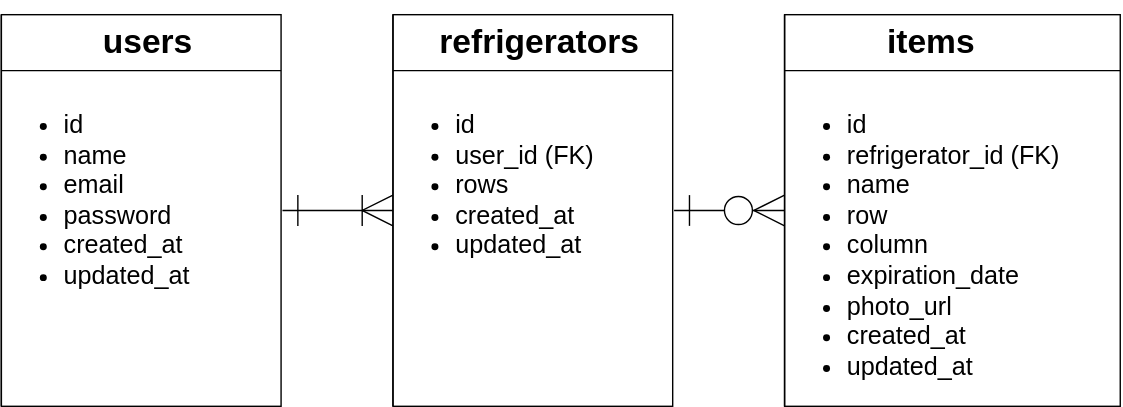
The draw.io diagram entity_relationship_diagram.drawio.svg in toshikisugiyama/Refrigerator-List, before a commit. Source tidied: cells renumbered, new cells last; positions are measured from the earlier drawing's top-left corner, leaving out a move shared by most shapes. The source it was exported from:
```xml
<mxGraphModel>
  <root>
    <mxCell id="0" />
    <mxCell id="1" parent="0" />
    <mxCell id="2" style="shape=internalStorage;whiteSpace=wrap;html=1;backgroundOutline=1;dx=0;dy=40;" parent="1" vertex="1">
      <mxGeometry width="200" height="280" as="geometry" />
    </mxCell>
    <mxCell id="3" style="edgeStyle=orthogonalEdgeStyle;rounded=0;jettySize=auto;html=1;entryX=0;entryY=0.5;entryDx=0;entryDy=0;endSize=20;startSize=20;endArrow=ERoneToMany;endFill=0;startArrow=ERone;startFill=0;" parent="1" edge="1" source="4" target="7">
      <mxGeometry relative="1" as="geometry" />
    </mxCell>
    <mxCell id="4" value="&lt;h1 style=&quot;text-align: center&quot;&gt;users&lt;/h1&gt;&lt;blockquote style=&quot;margin: 0 0 0 40px ; border: none ; padding: 0px&quot;&gt;&lt;blockquote style=&quot;margin: 0 0 0 40px ; border: none ; padding: 0px&quot;&gt;&lt;blockquote style=&quot;margin: 0 0 0 40px ; border: none ; padding: 0px&quot;&gt;&lt;blockquote style=&quot;margin: 0 0 0 40px ; border: none ; padding: 0px&quot;&gt;&lt;blockquote style=&quot;margin: 0 0 0 40px ; border: none ; padding: 0px&quot;&gt;&lt;div style=&quot;font-size: 1px ; line-height: 0%&quot;&gt;&lt;div style=&quot;font-size: 1px ; line-height: 0%&quot;&gt;&lt;br&gt;&lt;/div&gt;&lt;/div&gt;&lt;/blockquote&gt;&lt;/blockquote&gt;&lt;/blockquote&gt;&lt;/blockquote&gt;&lt;/blockquote&gt;&lt;p&gt;&lt;/p&gt;&lt;ul style=&quot;font-size: 18px&quot;&gt;&lt;li&gt;&lt;font style=&quot;font-size: 18px&quot;&gt;id&lt;/font&gt;&lt;/li&gt;&lt;li&gt;&lt;font style=&quot;font-size: 18px&quot;&gt;name&lt;/font&gt;&lt;/li&gt;&lt;li&gt;&lt;font style=&quot;font-size: 18px&quot;&gt;email&lt;/font&gt;&lt;/li&gt;&lt;li&gt;&lt;font style=&quot;font-size: 18px&quot;&gt;password&lt;/font&gt;&lt;/li&gt;&lt;li&gt;&lt;font style=&quot;font-size: 18px&quot;&gt;created_at&lt;/font&gt;&lt;/li&gt;&lt;li&gt;&lt;font style=&quot;font-size: 18px&quot;&gt;updated_at&lt;/font&gt;&lt;/li&gt;&lt;/ul&gt;&lt;p&gt;&lt;/p&gt;" style="text;html=1;strokeColor=none;fillColor=none;spacing=5;spacingTop=-20;whiteSpace=wrap;overflow=hidden;rounded=0;align=left;" parent="1" vertex="1">
      <mxGeometry width="201" height="280" as="geometry" />
    </mxCell>
    <mxCell id="5" style="shape=internalStorage;whiteSpace=wrap;html=1;backgroundOutline=1;dx=0;dy=40;" parent="1" vertex="1">
      <mxGeometry x="280" width="200" height="280" as="geometry" />
    </mxCell>
    <mxCell id="6" style="edgeStyle=orthogonalEdgeStyle;rounded=0;jettySize=auto;html=1;entryX=0;entryY=0.5;entryDx=0;entryDy=0;endSize=20;startSize=20;startArrow=ERone;startFill=0;endArrow=ERzeroToMany;endFill=1;" parent="1" edge="1" source="7" target="9">
      <mxGeometry relative="1" as="geometry" />
    </mxCell>
    <mxCell id="7" value="&lt;h1 style=&quot;text-align: center&quot;&gt;refrigerators&lt;/h1&gt;&lt;blockquote style=&quot;margin: 0 0 0 40px ; border: none ; padding: 0px&quot;&gt;&lt;blockquote style=&quot;margin: 0 0 0 40px ; border: none ; padding: 0px&quot;&gt;&lt;blockquote style=&quot;margin: 0 0 0 40px ; border: none ; padding: 0px&quot;&gt;&lt;blockquote style=&quot;margin: 0 0 0 40px ; border: none ; padding: 0px&quot;&gt;&lt;blockquote style=&quot;margin: 0 0 0 40px ; border: none ; padding: 0px&quot;&gt;&lt;div style=&quot;font-size: 1px ; line-height: 0%&quot;&gt;&lt;div style=&quot;text-align: center ; font-size: 1px ; line-height: 0%&quot;&gt;&lt;br&gt;&lt;/div&gt;&lt;/div&gt;&lt;/blockquote&gt;&lt;/blockquote&gt;&lt;/blockquote&gt;&lt;/blockquote&gt;&lt;/blockquote&gt;&lt;p&gt;&lt;/p&gt;&lt;ul style=&quot;font-size: 18px&quot;&gt;&lt;li&gt;&lt;font style=&quot;font-size: 18px&quot;&gt;id&lt;/font&gt;&lt;/li&gt;&lt;li&gt;&lt;font style=&quot;font-size: 18px&quot;&gt;user_id (FK)&lt;/font&gt;&lt;/li&gt;&lt;li&gt;rows&lt;/li&gt;&lt;li&gt;&lt;font style=&quot;font-size: 18px&quot;&gt;created_at&lt;/font&gt;&lt;/li&gt;&lt;li&gt;&lt;font style=&quot;font-size: 18px&quot;&gt;updated_at&lt;/font&gt;&lt;/li&gt;&lt;/ul&gt;&lt;p&gt;&lt;/p&gt;" style="text;html=1;strokeColor=none;fillColor=none;spacing=5;spacingTop=-20;whiteSpace=wrap;overflow=hidden;rounded=0;align=left;" parent="1" vertex="1">
      <mxGeometry x="280" width="201" height="280" as="geometry" />
    </mxCell>
    <mxCell id="8" style="shape=internalStorage;whiteSpace=wrap;html=1;backgroundOutline=1;dx=0;dy=40;" parent="1" vertex="1">
      <mxGeometry x="560" width="240" height="280" as="geometry" />
    </mxCell>
    <mxCell id="9" value="&lt;h1 style=&quot;text-align: center&quot;&gt;items&lt;/h1&gt;&lt;blockquote style=&quot;margin: 0 0 0 40px ; border: none ; padding: 0px&quot;&gt;&lt;blockquote style=&quot;margin: 0 0 0 40px ; border: none ; padding: 0px&quot;&gt;&lt;blockquote style=&quot;margin: 0 0 0 40px ; border: none ; padding: 0px&quot;&gt;&lt;blockquote style=&quot;margin: 0 0 0 40px ; border: none ; padding: 0px&quot;&gt;&lt;blockquote style=&quot;margin: 0 0 0 40px ; border: none ; padding: 0px&quot;&gt;&lt;div style=&quot;line-height: 0% ; font-size: 1px&quot;&gt;&lt;div style=&quot;text-align: center ; font-size: 1px ; line-height: 0%&quot;&gt;&lt;br&gt;&lt;/div&gt;&lt;/div&gt;&lt;/blockquote&gt;&lt;/blockquote&gt;&lt;/blockquote&gt;&lt;/blockquote&gt;&lt;/blockquote&gt;&lt;p&gt;&lt;/p&gt;&lt;ul style=&quot;font-size: 18px&quot;&gt;&lt;li&gt;&lt;font style=&quot;font-size: 18px&quot;&gt;id&lt;/font&gt;&lt;/li&gt;&lt;li&gt;&lt;font style=&quot;font-size: 18px&quot;&gt;refrigerator_id (FK)&lt;/font&gt;&lt;/li&gt;&lt;li&gt;&lt;font style=&quot;font-size: 18px&quot;&gt;name&lt;/font&gt;&lt;/li&gt;&lt;li&gt;row&lt;/li&gt;&lt;li&gt;column&lt;/li&gt;&lt;li&gt;expiration_date&lt;/li&gt;&lt;li&gt;photo_url&lt;/li&gt;&lt;li&gt;&lt;font style=&quot;font-size: 18px&quot;&gt;created_at&lt;/font&gt;&lt;/li&gt;&lt;li&gt;&lt;font style=&quot;font-size: 18px&quot;&gt;updated_at&lt;/font&gt;&lt;/li&gt;&lt;/ul&gt;&lt;p&gt;&lt;/p&gt;" style="text;html=1;strokeColor=none;fillColor=none;spacing=5;spacingTop=-20;whiteSpace=wrap;overflow=hidden;rounded=0;align=left;" parent="1" vertex="1">
      <mxGeometry x="560" width="240" height="280" as="geometry" />
    </mxCell>
  </root>
</mxGraphModel>
```
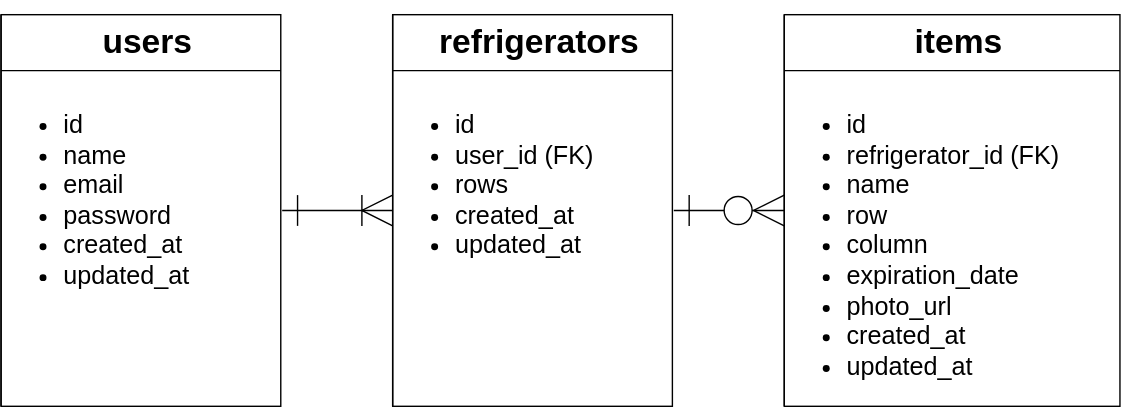
After the commit.

What changed in the source:
```diff
@@ -8,7 +8,7 @@
     <mxCell id="3" style="edgeStyle=orthogonalEdgeStyle;rounded=0;jettySize=auto;html=1;entryX=0;entryY=0.5;entryDx=0;entryDy=0;endSize=20;startSize=20;endArrow=ERoneToMany;endFill=0;startArrow=ERone;startFill=0;" parent="1" edge="1" source="4" target="7">
       <mxGeometry relative="1" as="geometry" />
     </mxCell>
-    <mxCell id="4" value="&lt;h1 style=&quot;text-align: center&quot;&gt;users&lt;/h1&gt;&lt;blockquote style=&quot;margin: 0 0 0 40px ; border: none ; padding: 0px&quot;&gt;&lt;blockquote style=&quot;margin: 0 0 0 40px ; border: none ; padding: 0px&quot;&gt;&lt;blockquote style=&quot;margin: 0 0 0 40px ; border: none ; padding: 0px&quot;&gt;&lt;blockquote style=&quot;margin: 0 0 0 40px ; border: none ; padding: 0px&quot;&gt;&lt;blockquote style=&quot;margin: 0 0 0 40px ; border: none ; padding: 0px&quot;&gt;&lt;div style=&quot;font-size: 1px ; line-height: 0%&quot;&gt;&lt;div style=&quot;font-size: 1px ; line-height: 0%&quot;&gt;&lt;br&gt;&lt;/div&gt;&lt;/div&gt;&lt;/blockquote&gt;&lt;/blockquote&gt;&lt;/blockquote&gt;&lt;/blockquote&gt;&lt;/blockquote&gt;&lt;p&gt;&lt;/p&gt;&lt;ul style=&quot;font-size: 18px&quot;&gt;&lt;li&gt;&lt;font style=&quot;font-size: 18px&quot;&gt;id&lt;/font&gt;&lt;/li&gt;&lt;li&gt;&lt;font style=&quot;font-size: 18px&quot;&gt;name&lt;/font&gt;&lt;/li&gt;&lt;li&gt;&lt;font style=&quot;font-size: 18px&quot;&gt;email&lt;/font&gt;&lt;/li&gt;&lt;li&gt;&lt;font style=&quot;font-size: 18px&quot;&gt;password&lt;/font&gt;&lt;/li&gt;&lt;li&gt;&lt;font style=&quot;font-size: 18px&quot;&gt;created_at&lt;/font&gt;&lt;/li&gt;&lt;li&gt;&lt;font style=&quot;font-size: 18px&quot;&gt;updated_at&lt;/font&gt;&lt;/li&gt;&lt;/ul&gt;&lt;p&gt;&lt;/p&gt;" style="text;html=1;strokeColor=none;fillColor=none;spacing=5;spacingTop=-20;whiteSpace=wrap;overflow=hidden;rounded=0;align=left;" parent="1" vertex="1">
+    <mxCell id="4" value="&lt;h1 style=&quot;text-align: center&quot;&gt;users&lt;/h1&gt;&lt;blockquote style=&quot;margin: 0 0 0 40px ; border: none ; padding: 0px&quot;&gt;&lt;blockquote style=&quot;margin: 0 0 0 40px ; border: none ; padding: 0px&quot;&gt;&lt;blockquote style=&quot;margin: 0 0 0 40px ; border: none ; padding: 0px&quot;&gt;&lt;blockquote style=&quot;margin: 0 0 0 40px ; border: none ; padding: 0px&quot;&gt;&lt;blockquote style=&quot;margin: 0 0 0 40px ; border: none ; padding: 0px&quot;&gt;&lt;div style=&quot;line-height: 0%&quot;&gt;&lt;div style=&quot;text-align: center ; line-height: 0%&quot;&gt;&lt;br&gt;&lt;/div&gt;&lt;/div&gt;&lt;/blockquote&gt;&lt;/blockquote&gt;&lt;/blockquote&gt;&lt;/blockquote&gt;&lt;/blockquote&gt;&lt;p&gt;&lt;/p&gt;&lt;ul style=&quot;font-size: 18px&quot;&gt;&lt;li&gt;&lt;font style=&quot;font-size: 18px&quot;&gt;id&lt;/font&gt;&lt;/li&gt;&lt;li&gt;&lt;font style=&quot;font-size: 18px&quot;&gt;name&lt;/font&gt;&lt;/li&gt;&lt;li&gt;&lt;font style=&quot;font-size: 18px&quot;&gt;email&lt;/font&gt;&lt;/li&gt;&lt;li&gt;&lt;font style=&quot;font-size: 18px&quot;&gt;password&lt;/font&gt;&lt;/li&gt;&lt;li&gt;&lt;font style=&quot;font-size: 18px&quot;&gt;created_at&lt;/font&gt;&lt;/li&gt;&lt;li&gt;&lt;font style=&quot;font-size: 18px&quot;&gt;updated_at&lt;/font&gt;&lt;/li&gt;&lt;/ul&gt;&lt;p&gt;&lt;/p&gt;" style="text;html=1;strokeColor=none;fillColor=none;spacing=5;spacingTop=-20;whiteSpace=wrap;overflow=hidden;rounded=0;align=left;" parent="1" vertex="1">
       <mxGeometry width="201" height="280" as="geometry" />
     </mxCell>
     <mxCell id="5" style="shape=internalStorage;whiteSpace=wrap;html=1;backgroundOutline=1;dx=0;dy=40;" parent="1" vertex="1">
@@ -17,13 +17,13 @@
     <mxCell id="6" style="edgeStyle=orthogonalEdgeStyle;rounded=0;jettySize=auto;html=1;entryX=0;entryY=0.5;entryDx=0;entryDy=0;endSize=20;startSize=20;startArrow=ERone;startFill=0;endArrow=ERzeroToMany;endFill=1;" parent="1" edge="1" source="7" target="9">
       <mxGeometry relative="1" as="geometry" />
     </mxCell>
-    <mxCell id="7" value="&lt;h1 style=&quot;text-align: center&quot;&gt;refrigerators&lt;/h1&gt;&lt;blockquote style=&quot;margin: 0 0 0 40px ; border: none ; padding: 0px&quot;&gt;&lt;blockquote style=&quot;margin: 0 0 0 40px ; border: none ; padding: 0px&quot;&gt;&lt;blockquote style=&quot;margin: 0 0 0 40px ; border: none ; padding: 0px&quot;&gt;&lt;blockquote style=&quot;margin: 0 0 0 40px ; border: none ; padding: 0px&quot;&gt;&lt;blockquote style=&quot;margin: 0 0 0 40px ; border: none ; padding: 0px&quot;&gt;&lt;div style=&quot;font-size: 1px ; line-height: 0%&quot;&gt;&lt;div style=&quot;text-align: center ; font-size: 1px ; line-height: 0%&quot;&gt;&lt;br&gt;&lt;/div&gt;&lt;/div&gt;&lt;/blockquote&gt;&lt;/blockquote&gt;&lt;/blockquote&gt;&lt;/blockquote&gt;&lt;/blockquote&gt;&lt;p&gt;&lt;/p&gt;&lt;ul style=&quot;font-size: 18px&quot;&gt;&lt;li&gt;&lt;font style=&quot;font-size: 18px&quot;&gt;id&lt;/font&gt;&lt;/li&gt;&lt;li&gt;&lt;font style=&quot;font-size: 18px&quot;&gt;user_id (FK)&lt;/font&gt;&lt;/li&gt;&lt;li&gt;rows&lt;/li&gt;&lt;li&gt;&lt;font style=&quot;font-size: 18px&quot;&gt;created_at&lt;/font&gt;&lt;/li&gt;&lt;li&gt;&lt;font style=&quot;font-size: 18px&quot;&gt;updated_at&lt;/font&gt;&lt;/li&gt;&lt;/ul&gt;&lt;p&gt;&lt;/p&gt;" style="text;html=1;strokeColor=none;fillColor=none;spacing=5;spacingTop=-20;whiteSpace=wrap;overflow=hidden;rounded=0;align=left;" parent="1" vertex="1">
+    <mxCell id="7" value="&lt;h1 style=&quot;text-align: center&quot;&gt;refrigerators&lt;/h1&gt;&lt;blockquote style=&quot;margin: 0 0 0 40px ; border: none ; padding: 0px&quot;&gt;&lt;blockquote style=&quot;margin: 0 0 0 40px ; border: none ; padding: 0px&quot;&gt;&lt;blockquote style=&quot;margin: 0 0 0 40px ; border: none ; padding: 0px&quot;&gt;&lt;blockquote style=&quot;margin: 0 0 0 40px ; border: none ; padding: 0px&quot;&gt;&lt;blockquote style=&quot;margin: 0 0 0 40px ; border: none ; padding: 0px&quot;&gt;&lt;div style=&quot;line-height: 0%&quot;&gt;&lt;div style=&quot;text-align: center ; line-height: 0%&quot;&gt;&lt;br&gt;&lt;/div&gt;&lt;/div&gt;&lt;/blockquote&gt;&lt;/blockquote&gt;&lt;/blockquote&gt;&lt;/blockquote&gt;&lt;/blockquote&gt;&lt;p&gt;&lt;/p&gt;&lt;ul style=&quot;font-size: 18px&quot;&gt;&lt;li&gt;&lt;font style=&quot;font-size: 18px&quot;&gt;id&lt;/font&gt;&lt;/li&gt;&lt;li&gt;&lt;font style=&quot;font-size: 18px&quot;&gt;user_id (FK)&lt;/font&gt;&lt;/li&gt;&lt;li&gt;rows&lt;/li&gt;&lt;li&gt;&lt;font style=&quot;font-size: 18px&quot;&gt;created_at&lt;/font&gt;&lt;/li&gt;&lt;li&gt;&lt;font style=&quot;font-size: 18px&quot;&gt;updated_at&lt;/font&gt;&lt;/li&gt;&lt;/ul&gt;&lt;p&gt;&lt;/p&gt;" style="text;html=1;strokeColor=none;fillColor=none;spacing=5;spacingTop=-20;whiteSpace=wrap;overflow=hidden;rounded=0;align=left;" parent="1" vertex="1">
       <mxGeometry x="280" width="201" height="280" as="geometry" />
     </mxCell>
     <mxCell id="8" style="shape=internalStorage;whiteSpace=wrap;html=1;backgroundOutline=1;dx=0;dy=40;" parent="1" vertex="1">
       <mxGeometry x="560" width="240" height="280" as="geometry" />
     </mxCell>
-    <mxCell id="9" value="&lt;h1 style=&quot;text-align: center&quot;&gt;items&lt;/h1&gt;&lt;blockquote style=&quot;margin: 0 0 0 40px ; border: none ; padding: 0px&quot;&gt;&lt;blockquote style=&quot;margin: 0 0 0 40px ; border: none ; padding: 0px&quot;&gt;&lt;blockquote style=&quot;margin: 0 0 0 40px ; border: none ; padding: 0px&quot;&gt;&lt;blockquote style=&quot;margin: 0 0 0 40px ; border: none ; padding: 0px&quot;&gt;&lt;blockquote style=&quot;margin: 0 0 0 40px ; border: none ; padding: 0px&quot;&gt;&lt;div style=&quot;line-height: 0% ; font-size: 1px&quot;&gt;&lt;div style=&quot;text-align: center ; font-size: 1px ; line-height: 0%&quot;&gt;&lt;br&gt;&lt;/div&gt;&lt;/div&gt;&lt;/blockquote&gt;&lt;/blockquote&gt;&lt;/blockquote&gt;&lt;/blockquote&gt;&lt;/blockquote&gt;&lt;p&gt;&lt;/p&gt;&lt;ul style=&quot;font-size: 18px&quot;&gt;&lt;li&gt;&lt;font style=&quot;font-size: 18px&quot;&gt;id&lt;/font&gt;&lt;/li&gt;&lt;li&gt;&lt;font style=&quot;font-size: 18px&quot;&gt;refrigerator_id (FK)&lt;/font&gt;&lt;/li&gt;&lt;li&gt;&lt;font style=&quot;font-size: 18px&quot;&gt;name&lt;/font&gt;&lt;/li&gt;&lt;li&gt;row&lt;/li&gt;&lt;li&gt;column&lt;/li&gt;&lt;li&gt;expiration_date&lt;/li&gt;&lt;li&gt;photo_url&lt;/li&gt;&lt;li&gt;&lt;font style=&quot;font-size: 18px&quot;&gt;created_at&lt;/font&gt;&lt;/li&gt;&lt;li&gt;&lt;font style=&quot;font-size: 18px&quot;&gt;updated_at&lt;/font&gt;&lt;/li&gt;&lt;/ul&gt;&lt;p&gt;&lt;/p&gt;" style="text;html=1;strokeColor=none;fillColor=none;spacing=5;spacingTop=-20;whiteSpace=wrap;overflow=hidden;rounded=0;align=left;" parent="1" vertex="1">
+    <mxCell id="9" value="&lt;h1 style=&quot;text-align: center&quot;&gt;items&lt;/h1&gt;&lt;blockquote style=&quot;margin: 0 0 0 40px ; border: none ; padding: 0px&quot;&gt;&lt;blockquote style=&quot;margin: 0 0 0 40px ; border: none ; padding: 0px&quot;&gt;&lt;blockquote style=&quot;margin: 0 0 0 40px ; border: none ; padding: 0px&quot;&gt;&lt;blockquote style=&quot;margin: 0 0 0 40px ; border: none ; padding: 0px&quot;&gt;&lt;blockquote style=&quot;margin: 0 0 0 40px ; border: none ; padding: 0px&quot;&gt;&lt;blockquote style=&quot;margin: 0 0 0 40px ; border: none ; padding: 0px&quot;&gt;&lt;div style=&quot;line-height: 0%&quot;&gt;&lt;div style=&quot;text-align: center ; line-height: 0%&quot;&gt;&lt;br&gt;&lt;/div&gt;&lt;/div&gt;&lt;/blockquote&gt;&lt;/blockquote&gt;&lt;/blockquote&gt;&lt;/blockquote&gt;&lt;/blockquote&gt;&lt;/blockquote&gt;&lt;p&gt;&lt;/p&gt;&lt;ul style=&quot;font-size: 18px&quot;&gt;&lt;li&gt;&lt;font style=&quot;font-size: 18px&quot;&gt;id&lt;/font&gt;&lt;/li&gt;&lt;li&gt;&lt;font style=&quot;font-size: 18px&quot;&gt;refrigerator_id (FK)&lt;/font&gt;&lt;/li&gt;&lt;li&gt;&lt;font style=&quot;font-size: 18px&quot;&gt;name&lt;/font&gt;&lt;/li&gt;&lt;li&gt;row&lt;/li&gt;&lt;li&gt;column&lt;/li&gt;&lt;li&gt;expiration_date&lt;/li&gt;&lt;li&gt;photo_url&lt;/li&gt;&lt;li&gt;&lt;font style=&quot;font-size: 18px&quot;&gt;created_at&lt;/font&gt;&lt;/li&gt;&lt;li&gt;&lt;font style=&quot;font-size: 18px&quot;&gt;updated_at&lt;/font&gt;&lt;/li&gt;&lt;/ul&gt;&lt;p&gt;&lt;/p&gt;" style="text;html=1;strokeColor=none;fillColor=none;spacing=5;spacingTop=-20;whiteSpace=wrap;overflow=hidden;rounded=0;align=left;" parent="1" vertex="1">
       <mxGeometry x="560" width="240" height="280" as="geometry" />
     </mxCell>
   </root>
```
